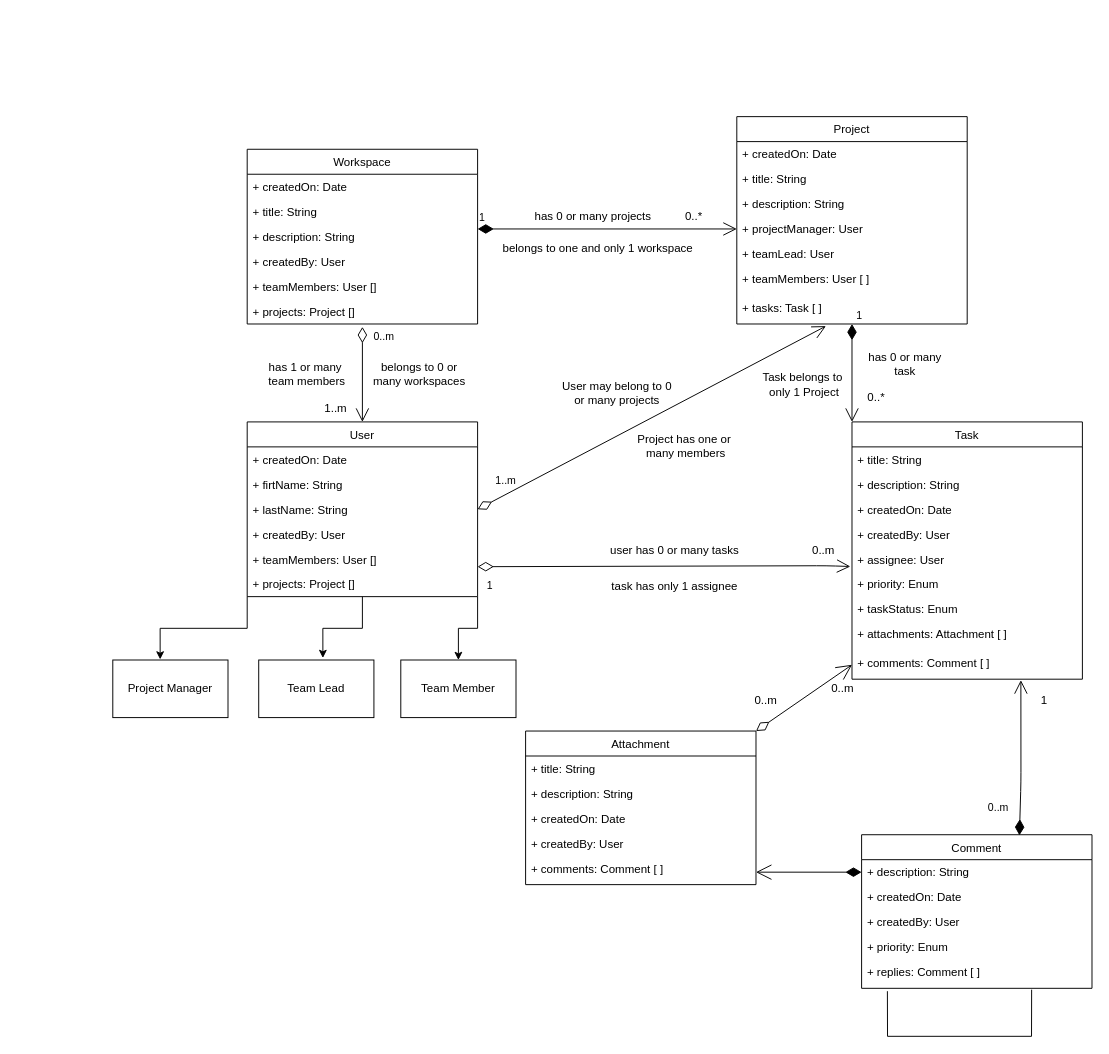
yasir-systemplus/projecthub keeps this draw.io diagram as docs/uml.drawio. Above is the earlier version. Source tidied: cells renumbered, new cells numbered last; positions are measured from the earlier drawing's top-left corner, leaving out a move shared by most shapes. Both pictures are drawn from the tidied source at 96%, with x=0, y=0 at pixel (112, 116).
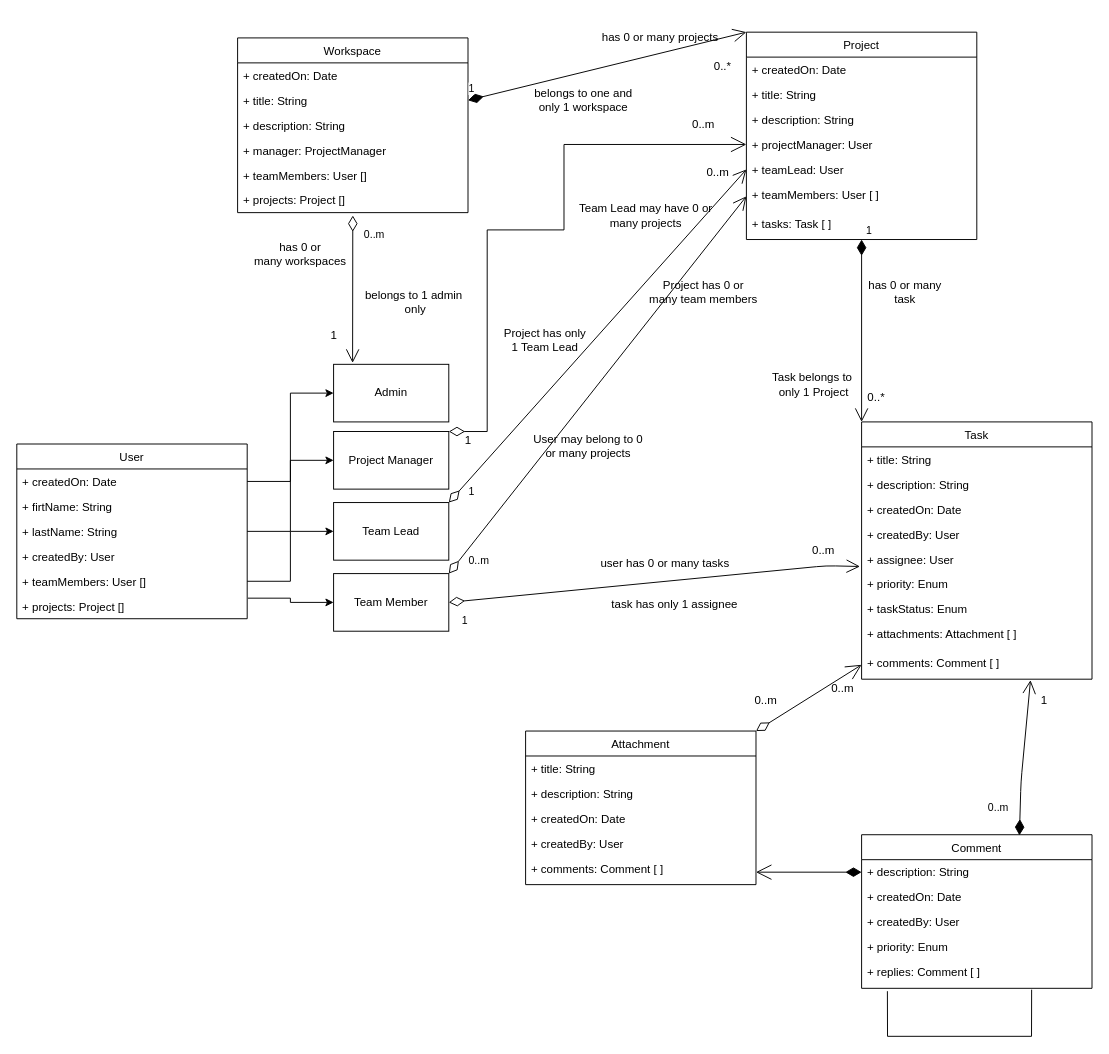
Above is the later version.

Unchanged cells that the change refers to:
```xml
<mxCell id="4" value="+ title: String" style="text;strokeColor=none;fillColor=none;align=left;verticalAlign=top;spacingLeft=4;spacingRight=4;overflow=hidden;points=[[0,0.5],[1,0.5]];portConstraint=eastwest;" parent="2" vertex="1">
  <mxGeometry y="52" width="240" height="26" as="geometry" />
</mxCell>
<mxCell id="13" value="+ projectManager: User" style="text;strokeColor=none;fillColor=none;align=left;verticalAlign=top;spacingLeft=4;spacingRight=4;overflow=hidden;points=[[0,0.5],[1,0.5]];portConstraint=eastwest;" parent="9" vertex="1">
  <mxGeometry y="104" width="240" height="26" as="geometry" />
</mxCell>
<mxCell id="14" value="+ teamLead: User" style="text;strokeColor=none;fillColor=none;align=left;verticalAlign=top;spacingLeft=4;spacingRight=4;overflow=hidden;points=[[0,0.5],[1,0.5]];portConstraint=eastwest;" parent="9" vertex="1">
  <mxGeometry y="130" width="240" height="26" as="geometry" />
</mxCell>
<mxCell id="15" value="+ teamMembers: User [ ]" style="text;strokeColor=none;fillColor=none;align=left;verticalAlign=top;spacingLeft=4;spacingRight=4;overflow=hidden;points=[[0,0.5],[1,0.5]];portConstraint=eastwest;" parent="9" vertex="1">
  <mxGeometry y="156" width="240" height="30" as="geometry" />
</mxCell>
<mxCell id="16" value="+ tasks: Task [ ]" style="text;strokeColor=none;fillColor=none;align=left;verticalAlign=top;spacingLeft=4;spacingRight=4;overflow=hidden;points=[[0,0.5],[1,0.5]];portConstraint=eastwest;" parent="9" vertex="1">
  <mxGeometry y="186" width="240" height="30" as="geometry" />
</mxCell>
<mxCell id="24" value="+ createdOn: Date" style="text;strokeColor=none;fillColor=none;align=left;verticalAlign=top;spacingLeft=4;spacingRight=4;overflow=hidden;points=[[0,0.5],[1,0.5]];portConstraint=eastwest;" parent="23" vertex="1">
  <mxGeometry y="26" width="240" height="26" as="geometry" />
</mxCell>
<mxCell id="26" value="+ lastName: String" style="text;strokeColor=none;fillColor=none;align=left;verticalAlign=top;spacingLeft=4;spacingRight=4;overflow=hidden;points=[[0,0.5],[1,0.5]];portConstraint=eastwest;" parent="23" vertex="1">
  <mxGeometry y="78" width="240" height="26" as="geometry" />
</mxCell>
<mxCell id="28" value="+ teamMembers: User []" style="text;strokeColor=none;fillColor=none;align=left;verticalAlign=top;spacingLeft=4;spacingRight=4;overflow=hidden;points=[[0,0.5],[1,0.5]];portConstraint=eastwest;" parent="23" vertex="1">
  <mxGeometry y="130" width="240" height="26" as="geometry" />
</mxCell>
<mxCell id="29" value="+ projects: Project []" style="text;strokeColor=none;fillColor=none;align=left;verticalAlign=top;spacingLeft=4;spacingRight=4;overflow=hidden;points=[[0,0.5],[1,0.5]];portConstraint=eastwest;" parent="23" vertex="1">
  <mxGeometry y="156" width="240" height="26" as="geometry" />
</mxCell>
<mxCell id="43" value="+ assignee: User" style="text;strokeColor=none;fillColor=none;align=left;verticalAlign=top;spacingLeft=4;spacingRight=4;overflow=hidden;points=[[0,0.5],[1,0.5]];portConstraint=eastwest;" parent="38" vertex="1">
  <mxGeometry y="130" width="240" height="26" as="geometry" />
</mxCell>
```

The edit, as a diff of the source:
```diff
@@
     <mxCell id="2" value="Workspace" style="swimlane;fontStyle=0;horizontal=1;startSize=26;fillColor=none;" parent="1" vertex="1">
-      <mxGeometry x="140" y="34" width="240" height="182" as="geometry" />
+      <mxGeometry x="130" y="-82" width="240" height="182" as="geometry" />
     </mxCell>
@@
-    <mxCell id="6" value="+ createdBy: User" style="text;strokeColor=none;fillColor=none;align=left;verticalAlign=top;spacingLeft=4;spacingRight=4;overflow=hidden;" parent="2" vertex="1">
+    <mxCell id="6" value="+ manager: ProjectManager" style="text;strokeColor=none;fillColor=none;align=left;verticalAlign=top;spacingLeft=4;spacingRight=4;overflow=hidden;" parent="2" vertex="1">
       <mxGeometry y="104" width="240" height="26" as="geometry" />
     </mxCell>
@@
     <mxCell id="9" value="Project" style="swimlane;fontStyle=0;horizontal=1;startSize=26;fillColor=none;" parent="1" vertex="1">
-      <mxGeometry x="650" width="240" height="216" as="geometry" />
+      <mxGeometry x="660" y="-88" width="240" height="216" as="geometry" />
     </mxCell>
@@
-    <mxCell id="17" value="1" style="endArrow=open;html=1;endSize=12;startArrow=diamondThin;startSize=14;startFill=1;align=left;verticalAlign=bottom;entryX=0;entryY=0.5;entryDx=0;entryDy=0;" parent="1" edge="1" target="13">
-      <mxGeometry x="-1" y="3" relative="1" as="geometry">
-        <mxPoint x="380" y="117" as="sourcePoint" />
-      </mxGeometry>
+    <mxCell id="17" value="1" style="endArrow=open;html=1;endSize=12;startArrow=diamondThin;startSize=14;startFill=1;align=left;verticalAlign=bottom;exitX=1;exitY=0.5;exitDx=0;exitDy=0;entryX=0;entryY=0;entryDx=0;entryDy=0;" parent="1" edge="1" source="4" target="9">
+      <mxGeometry x="-1" y="3" relative="1" as="geometry" />
     </mxCell>
     <mxCell id="18" value="0..*" style="text;html=1;align=center;verticalAlign=middle;" parent="1" vertex="1">
-      <mxGeometry x="590" y="94" width="30" height="20" as="geometry" />
+      <mxGeometry x="620" y="-62" width="30" height="20" as="geometry" />
     </mxCell>
     <mxCell id="19" value="has 0 or many projects" style="text;html=1;align=center;verticalAlign=middle;" parent="1" vertex="1">
-      <mxGeometry x="430" y="94" width="140" height="20" as="geometry" />
+      <mxGeometry x="500" y="-92" width="140" height="20" as="geometry" />
     </mxCell>
-    <mxCell id="20" style="edgeStyle=orthogonalEdgeStyle;rounded=0;jettySize=auto;html=1;exitX=0.5;exitY=1;exitDx=0;exitDy=0;entryX=0.557;entryY=-0.035;entryDx=0;entryDy=0;entryPerimeter=0;" parent="1" edge="1" source="23" target="77">
-      <mxGeometry relative="1" as="geometry">
-        <Array as="points">
-          <mxPoint x="260" y="533" />
-          <mxPoint x="219" y="533" />
-        </Array>
-      </mxGeometry>
-    </mxCell>
-    <mxCell id="21" style="edgeStyle=orthogonalEdgeStyle;rounded=0;jettySize=auto;html=1;exitX=0;exitY=1;exitDx=0;exitDy=0;entryX=0.411;entryY=-0.01;entryDx=0;entryDy=0;entryPerimeter=0;" parent="1" edge="1" source="23" target="78">
-      <mxGeometry relative="1" as="geometry" />
-    </mxCell>
-    <mxCell id="22" style="edgeStyle=orthogonalEdgeStyle;rounded=0;jettySize=auto;html=1;exitX=1;exitY=1;exitDx=0;exitDy=0;entryX=0.5;entryY=0;entryDx=0;entryDy=0;" parent="1" edge="1" source="23" target="76">
-      <mxGeometry relative="1" as="geometry" />
-    </mxCell>
     <mxCell id="23" value="User" style="swimlane;fontStyle=0;horizontal=1;startSize=26;fillColor=none;" parent="1" vertex="1">
-      <mxGeometry x="140" y="318" width="240" height="182" as="geometry" />
+      <mxGeometry x="-100" y="341" width="240" height="182" as="geometry" />
     </mxCell>
@@
-    <mxCell id="30" value="belongs to one and only 1 workspace" style="text;html=1;align=center;verticalAlign=middle;" parent="1" vertex="1">
-      <mxGeometry x="400" y="128" width="210" height="20" as="geometry" />
+    <mxCell id="30" value="belongs to one and &lt;br&gt;only 1 workspace" style="text;html=1;align=center;verticalAlign=middle;" parent="1" vertex="1">
+      <mxGeometry x="430" y="-32" width="120" height="30" as="geometry" />
     </mxCell>
-    <mxCell id="31" value="0..m" style="endArrow=open;html=1;endSize=12;startArrow=diamondThin;startSize=14;startFill=0;align=left;verticalAlign=bottom;entryX=0.5;entryY=0;entryDx=0;entryDy=0;" parent="1" edge="1" target="23">
+    <mxCell id="31" value="0..m" style="endArrow=open;html=1;endSize=12;startArrow=diamondThin;startSize=14;startFill=0;align=left;verticalAlign=bottom;entryX=0.165;entryY=-0.025;entryDx=0;entryDy=0;entryPerimeter=0;" parent="1" edge="1" target="86">
       <mxGeometry x="-0.62" y="10" relative="1" as="geometry">
-        <mxPoint x="260" y="219" as="sourcePoint" />
+        <mxPoint x="250" y="103" as="sourcePoint" />
       </mxGeometry>
     </mxCell>
@@
-    <mxCell id="33" value="has 1 or many&amp;nbsp;&lt;br&gt;team members" style="text;html=1;align=center;verticalAlign=middle;" parent="1" vertex="1">
-      <mxGeometry x="152" y="253" width="100" height="30" as="geometry" />
+    <mxCell id="33" value="has 0 or &lt;br&gt;many workspaces" style="text;html=1;align=center;verticalAlign=middle;" parent="1" vertex="1">
+      <mxGeometry x="140" y="128" width="110" height="30" as="geometry" />
     </mxCell>
-    <mxCell id="34" value="belongs to 0 or &lt;br&gt;many workspaces" style="text;html=1;align=center;verticalAlign=middle;" parent="1" vertex="1">
-      <mxGeometry x="264" y="253" width="110" height="30" as="geometry" />
+    <mxCell id="34" value="belongs to 1 admin&amp;nbsp;&lt;br&gt;only" style="text;html=1;align=center;verticalAlign=middle;" parent="1" vertex="1">
+      <mxGeometry x="255" y="178" width="120" height="30" as="geometry" />
     </mxCell>
-    <mxCell id="35" value="1..m" style="text;html=1;align=center;verticalAlign=middle;" parent="1" vertex="1">
-      <mxGeometry x="212" y="294" width="40" height="20" as="geometry" />
-    </mxCell>
-    <mxCell id="36" value="1..m" style="endArrow=open;html=1;endSize=12;startArrow=diamondThin;startSize=14;startFill=0;align=left;verticalAlign=bottom;entryX=0.387;entryY=1.073;entryDx=0;entryDy=0;exitX=1;exitY=0.5;exitDx=0;exitDy=0;entryPerimeter=0;" parent="1" edge="1" source="26" target="16">
-      <mxGeometry x="-0.88" y="11" relative="1" as="geometry" />
+    <mxCell id="36" value="0..m" style="endArrow=open;html=1;endSize=12;startArrow=diamondThin;startSize=14;startFill=0;align=left;verticalAlign=bottom;entryX=0;entryY=0.5;entryDx=0;entryDy=0;exitX=1;exitY=0;exitDx=0;exitDy=0;" parent="1" edge="1" source="76" target="15">
+      <mxGeometry x="-0.94" y="-13" relative="1" as="geometry" />
     </mxCell>
-    <mxCell id="37" value="Project has one or&lt;br&gt;&amp;nbsp;many members" style="text;html=1;align=center;verticalAlign=middle;" parent="1" vertex="1">
-      <mxGeometry x="540" y="328" width="110" height="30" as="geometry" />
+    <mxCell id="37" value="Project has 0 or&lt;br&gt;many team members" style="text;html=1;align=center;verticalAlign=middle;" parent="1" vertex="1">
+      <mxGeometry x="550" y="168" width="130" height="30" as="geometry" />
     </mxCell>
     <mxCell id="38" value="Task" style="swimlane;fontStyle=0;horizontal=1;startSize=26;fillColor=none;" parent="1" vertex="1">
-      <mxGeometry x="770" y="318" width="240" height="268" as="geometry" />
+      <mxGeometry x="780" y="318" width="240" height="268" as="geometry" />
     </mxCell>
@@
-    <mxCell id="48" value="1" style="endArrow=open;html=1;endSize=12;startArrow=diamondThin;startSize=14;startFill=0;align=left;verticalAlign=bottom;entryX=-0.007;entryY=0.792;entryDx=0;entryDy=0;exitX=1;exitY=0.5;exitDx=0;exitDy=0;entryPerimeter=0;" parent="1" edge="1" target="43">
+    <mxCell id="48" value="1" style="endArrow=open;html=1;endSize=12;startArrow=diamondThin;startSize=14;startFill=0;align=left;verticalAlign=bottom;entryX=-0.007;entryY=0.792;entryDx=0;entryDy=0;entryPerimeter=0;exitX=1;exitY=0.5;exitDx=0;exitDy=0;" parent="1" edge="1" source="76" target="43">
       <mxGeometry x="-0.96" y="-29" relative="1" as="geometry">
-        <mxPoint x="380" y="468.8" as="sourcePoint" />
         <Array as="points">
           <mxPoint x="743" y="467.8" />
         </Array>
       </mxGeometry>
     </mxCell>
     <mxCell id="49" value="task has only 1 assignee" style="text;html=1;align=center;verticalAlign=middle;" parent="1" vertex="1">
-      <mxGeometry x="510" y="480" width="150" height="20" as="geometry" />
+      <mxGeometry x="510" y="498" width="150" height="20" as="geometry" />
     </mxCell>
@@
     <mxCell id="51" value="user has 0 or many tasks" style="text;html=1;align=center;verticalAlign=middle;" parent="1" vertex="1">
-      <mxGeometry x="510" y="442" width="150" height="20" as="geometry" />
+      <mxGeometry x="500" y="456" width="150" height="20" as="geometry" />
     </mxCell>
@@
     <mxCell id="53" value="has 0 or many&lt;br&gt;task" style="text;html=1;align=center;verticalAlign=middle;" parent="1" vertex="1">
-      <mxGeometry x="780" y="243" width="90" height="30" as="geometry" />
+      <mxGeometry x="780" y="168" width="90" height="30" as="geometry" />
     </mxCell>
@@
     <mxCell id="55" value="Task belongs to&amp;nbsp;&lt;br&gt;only 1 Project" style="text;html=1;align=center;verticalAlign=middle;" parent="1" vertex="1">
-      <mxGeometry x="670" y="264" width="100" height="30" as="geometry" />
+      <mxGeometry x="680" y="264" width="100" height="30" as="geometry" />
     </mxCell>
     <mxCell id="56" value="User may belong to 0&lt;br&gt;or many projects" style="text;html=1;align=center;verticalAlign=middle;" parent="1" vertex="1">
-      <mxGeometry x="460" y="273" width="130" height="30" as="geometry" />
+      <mxGeometry x="430" y="328" width="130" height="30" as="geometry" />
     </mxCell>
@@
     <mxCell id="76" value="Team Member" style="rounded=0;whiteSpace=wrap;html=1;" parent="1" vertex="1">
-      <mxGeometry x="300" y="566" width="120" height="60" as="geometry" />
+      <mxGeometry x="230" y="476" width="120" height="60" as="geometry" />
     </mxCell>
     <mxCell id="77" value="Team Lead" style="rounded=0;whiteSpace=wrap;html=1;" parent="1" vertex="1">
-      <mxGeometry x="152" y="566" width="120" height="60" as="geometry" />
+      <mxGeometry x="230" y="402" width="120" height="60" as="geometry" />
     </mxCell>
     <mxCell id="78" value="Project Manager" style="rounded=0;whiteSpace=wrap;html=1;" parent="1" vertex="1">
-      <mxGeometry y="566" width="120" height="60" as="geometry" />
+      <mxGeometry x="230" y="328" width="120" height="60" as="geometry" />
     </mxCell>
+    <mxCell id="79" value="1" style="endArrow=open;html=1;endSize=12;startArrow=diamondThin;startSize=14;startFill=0;align=left;verticalAlign=bottom;entryX=0;entryY=0.5;entryDx=0;entryDy=0;exitX=1;exitY=0;exitDx=0;exitDy=0;" parent="1" edge="1" source="77" target="14">
+      <mxGeometry x="-0.94" y="-13" relative="1" as="geometry" />
+    </mxCell>
+    <mxCell id="80" value="Project has only&lt;br&gt;1 Team Lead" style="text;html=1;align=center;verticalAlign=middle;" parent="1" vertex="1">
+      <mxGeometry x="400" y="218" width="100" height="30" as="geometry" />
+    </mxCell>
+    <mxCell id="81" value="Team Lead may have 0 or&lt;br&gt;many projects" style="text;html=1;align=center;verticalAlign=middle;" parent="1" vertex="1">
+      <mxGeometry x="480" y="88" width="150" height="30" as="geometry" />
+    </mxCell>
+    <mxCell id="82" value="0..m" style="text;html=1;align=center;verticalAlign=middle;" parent="1" vertex="1">
+      <mxGeometry x="610" y="48" width="40" height="20" as="geometry" />
+    </mxCell>
+    <mxCell id="83" style="edgeStyle=orthogonalEdgeStyle;rounded=0;jettySize=auto;html=1;exitX=0;exitY=0.5;exitDx=0;exitDy=0;entryX=1;entryY=0;entryDx=0;entryDy=0;endArrow=diamondThin;endFill=0;endSize=14;startSize=14;startArrow=open;startFill=0;" parent="1" edge="1" source="13" target="78">
+      <mxGeometry relative="1" as="geometry">
+        <Array as="points">
+          <mxPoint x="470" y="29" />
+          <mxPoint x="470" y="118" />
+          <mxPoint x="390" y="118" />
+          <mxPoint x="390" y="328" />
+        </Array>
+      </mxGeometry>
+    </mxCell>
+    <mxCell id="84" value="1" style="text;html=1;align=center;verticalAlign=middle;" parent="1" vertex="1">
+      <mxGeometry x="360" y="328" width="20" height="20" as="geometry" />
+    </mxCell>
+    <mxCell id="85" value="0..m" style="text;html=1;align=center;verticalAlign=middle;" parent="1" vertex="1">
+      <mxGeometry x="595" y="-2" width="40" height="20" as="geometry" />
+    </mxCell>
+    <mxCell id="86" value="Admin" style="rounded=0;whiteSpace=wrap;html=1;" parent="1" vertex="1">
+      <mxGeometry x="230" y="258" width="120" height="60" as="geometry" />
+    </mxCell>
+    <mxCell id="87" value="1" style="text;html=1;align=center;verticalAlign=middle;" parent="1" vertex="1">
+      <mxGeometry x="220" y="218" width="20" height="20" as="geometry" />
+    </mxCell>
+    <mxCell id="88" style="edgeStyle=orthogonalEdgeStyle;rounded=0;jettySize=auto;html=1;exitX=1;exitY=0.5;exitDx=0;exitDy=0;entryX=0;entryY=0.5;entryDx=0;entryDy=0;" parent="1" edge="1" source="24" target="86">
+      <mxGeometry relative="1" as="geometry" />
+    </mxCell>
+    <mxCell id="89" style="edgeStyle=orthogonalEdgeStyle;rounded=0;jettySize=auto;html=1;exitX=1;exitY=0.5;exitDx=0;exitDy=0;entryX=0;entryY=0.5;entryDx=0;entryDy=0;" parent="1" edge="1" source="26" target="78">
+      <mxGeometry relative="1" as="geometry" />
+    </mxCell>
+    <mxCell id="90" style="edgeStyle=orthogonalEdgeStyle;rounded=0;jettySize=auto;html=1;exitX=1;exitY=0.5;exitDx=0;exitDy=0;entryX=0;entryY=0.5;entryDx=0;entryDy=0;" parent="1" edge="1" source="28" target="77">
+      <mxGeometry relative="1" as="geometry" />
+    </mxCell>
+    <mxCell id="91" style="edgeStyle=orthogonalEdgeStyle;rounded=0;jettySize=auto;html=1;entryX=0;entryY=0.5;entryDx=0;entryDy=0;exitX=1.003;exitY=0.176;exitDx=0;exitDy=0;exitPerimeter=0;" parent="1" edge="1" source="29" target="76">
+      <mxGeometry relative="1" as="geometry" />
+    </mxCell>
```
